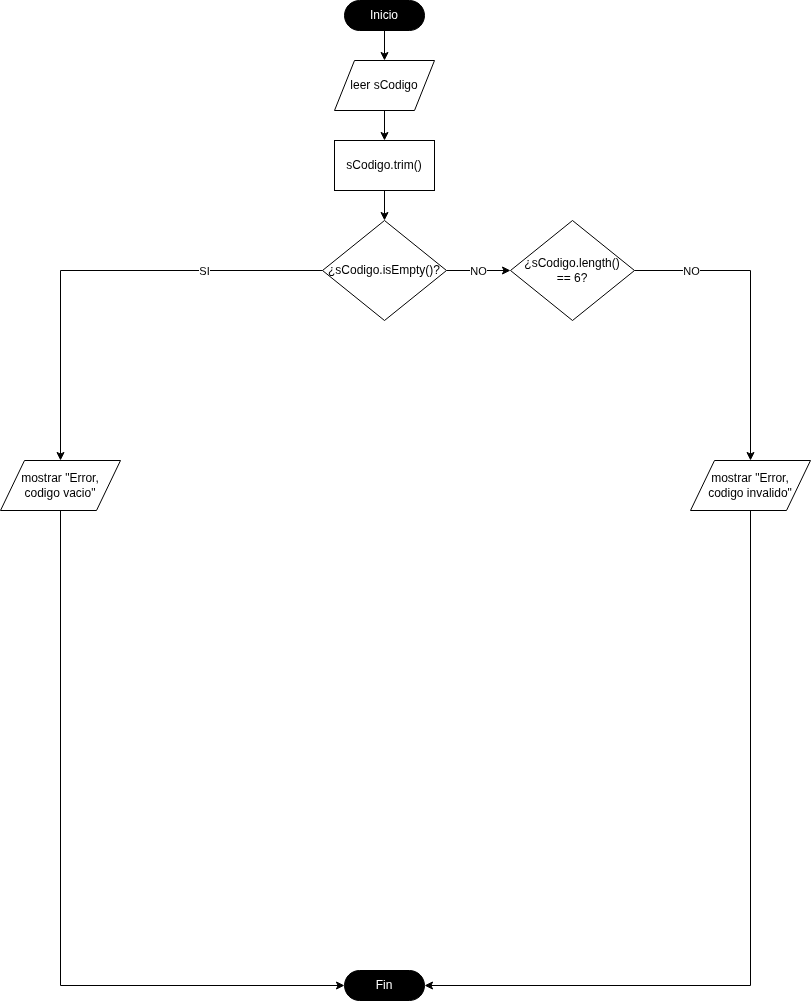
The draw.io diagram unidad-05/tarea-1-evaluable/diagramas/ejercicio-3.drawio.png in pearce5000/dam-ets, before a commit. Source tidied: cells renumbered, new cells last; positions are measured from the earlier drawing's top-left corner, leaving out a move shared by most shapes. The source it was exported from:
```xml
<mxGraphModel>
  <root>
    <mxCell id="0" />
    <mxCell id="1" parent="0" />
    <mxCell id="2" style="edgeStyle=orthogonalEdgeStyle;rounded=0;jettySize=auto;html=1;entryX=0.5;entryY=0;entryDx=0;entryDy=0;" parent="1" edge="1" source="3" target="6">
      <mxGeometry relative="1" as="geometry" />
    </mxCell>
    <mxCell id="3" value="Inicio" style="html=1;dashed=0;whiteSpace=wrap;shape=mxgraph.dfd.start;fontColor=#FFFFFF;fillColor=#000000;" parent="1" vertex="1">
      <mxGeometry x="344" width="80" height="30" as="geometry" />
    </mxCell>
    <mxCell id="4" value="Fin" style="html=1;dashed=0;whiteSpace=wrap;shape=mxgraph.dfd.start;fontColor=#FFFFFF;fillColor=#000000;" parent="1" vertex="1">
      <mxGeometry x="344" y="970" width="80" height="30" as="geometry" />
    </mxCell>
    <mxCell id="5" style="edgeStyle=orthogonalEdgeStyle;rounded=0;jettySize=auto;html=1;entryX=0.5;entryY=0;entryDx=0;entryDy=0;" parent="1" edge="1" source="6" target="8">
      <mxGeometry relative="1" as="geometry" />
    </mxCell>
    <mxCell id="6" value="leer sCodigo" style="shape=parallelogram;perimeter=parallelogramPerimeter;whiteSpace=wrap;html=1;dashed=0;" parent="1" vertex="1">
      <mxGeometry x="334" y="60" width="100" height="50" as="geometry" />
    </mxCell>
    <mxCell id="7" style="edgeStyle=orthogonalEdgeStyle;rounded=0;jettySize=auto;html=1;entryX=0.5;entryY=0;entryDx=0;entryDy=0;" parent="1" edge="1" source="8" target="13">
      <mxGeometry relative="1" as="geometry" />
    </mxCell>
    <mxCell id="8" value="sCodigo.trim()" style="html=1;dashed=0;whiteSpace=wrap;" parent="1" vertex="1">
      <mxGeometry x="334" y="140" width="100" height="50" as="geometry" />
    </mxCell>
    <mxCell id="9" style="edgeStyle=orthogonalEdgeStyle;rounded=0;jettySize=auto;html=1;entryX=0.5;entryY=0;entryDx=0;entryDy=0;" parent="1" edge="1" source="13" target="14">
      <mxGeometry relative="1" as="geometry" />
    </mxCell>
    <mxCell id="10" value="SI" style="edgeLabel;html=1;align=center;verticalAlign=middle;" parent="9" vertex="1">
      <mxGeometry x="-0.47" y="-4" relative="1" as="geometry">
        <mxPoint y="4" as="offset" />
      </mxGeometry>
    </mxCell>
    <mxCell id="11" style="edgeStyle=orthogonalEdgeStyle;rounded=0;jettySize=auto;html=1;entryX=0;entryY=0.5;entryDx=0;entryDy=0;" parent="1" edge="1" source="13" target="18">
      <mxGeometry relative="1" as="geometry" />
    </mxCell>
    <mxCell id="12" value="NO" style="edgeLabel;html=1;align=center;verticalAlign=middle;" parent="11" vertex="1">
      <mxGeometry x="-0.03" y="-1" relative="1" as="geometry">
        <mxPoint y="-1" as="offset" />
      </mxGeometry>
    </mxCell>
    <mxCell id="13" value="¿sCodigo.isEmpty()?" style="rhombus;whiteSpace=wrap;html=1;" parent="1" vertex="1">
      <mxGeometry x="322" y="220" width="124" height="100" as="geometry" />
    </mxCell>
    <mxCell id="14" value="mostrar &quot;Error, &lt;br&gt;codigo vacio&quot;" style="shape=parallelogram;perimeter=parallelogramPerimeter;whiteSpace=wrap;html=1;dashed=0;" parent="1" vertex="1">
      <mxGeometry y="460" width="120" height="50" as="geometry" />
    </mxCell>
    <mxCell id="15" style="edgeStyle=orthogonalEdgeStyle;rounded=0;jettySize=auto;html=1;entryX=0;entryY=0.5;entryDx=0;entryDy=0;entryPerimeter=0;exitX=0.5;exitY=1;exitDx=0;exitDy=0;" parent="1" edge="1" source="14" target="4">
      <mxGeometry relative="1" as="geometry" />
    </mxCell>
    <mxCell id="16" style="edgeStyle=orthogonalEdgeStyle;rounded=0;jettySize=auto;html=1;entryX=0.5;entryY=0;entryDx=0;entryDy=0;" parent="1" edge="1" source="18" target="19">
      <mxGeometry relative="1" as="geometry" />
    </mxCell>
    <mxCell id="17" value="NO" style="edgeLabel;html=1;align=center;verticalAlign=middle;" parent="16" vertex="1">
      <mxGeometry x="-0.65" y="2" relative="1" as="geometry">
        <mxPoint x="3" y="2" as="offset" />
      </mxGeometry>
    </mxCell>
    <mxCell id="18" value="¿sCodigo.length()&lt;br&gt;== 6?" style="rhombus;whiteSpace=wrap;html=1;" parent="1" vertex="1">
      <mxGeometry x="510" y="220" width="124" height="100" as="geometry" />
    </mxCell>
    <mxCell id="19" value="mostrar &quot;Error, &lt;br&gt;codigo invalido&quot;" style="shape=parallelogram;perimeter=parallelogramPerimeter;whiteSpace=wrap;html=1;dashed=0;" parent="1" vertex="1">
      <mxGeometry x="690" y="460" width="120" height="50" as="geometry" />
    </mxCell>
    <mxCell id="20" style="edgeStyle=orthogonalEdgeStyle;rounded=0;jettySize=auto;html=1;entryX=1;entryY=0.5;entryDx=0;entryDy=0;entryPerimeter=0;exitX=0.5;exitY=1;exitDx=0;exitDy=0;" parent="1" edge="1" source="19" target="4">
      <mxGeometry relative="1" as="geometry" />
    </mxCell>
  </root>
</mxGraphModel>
```
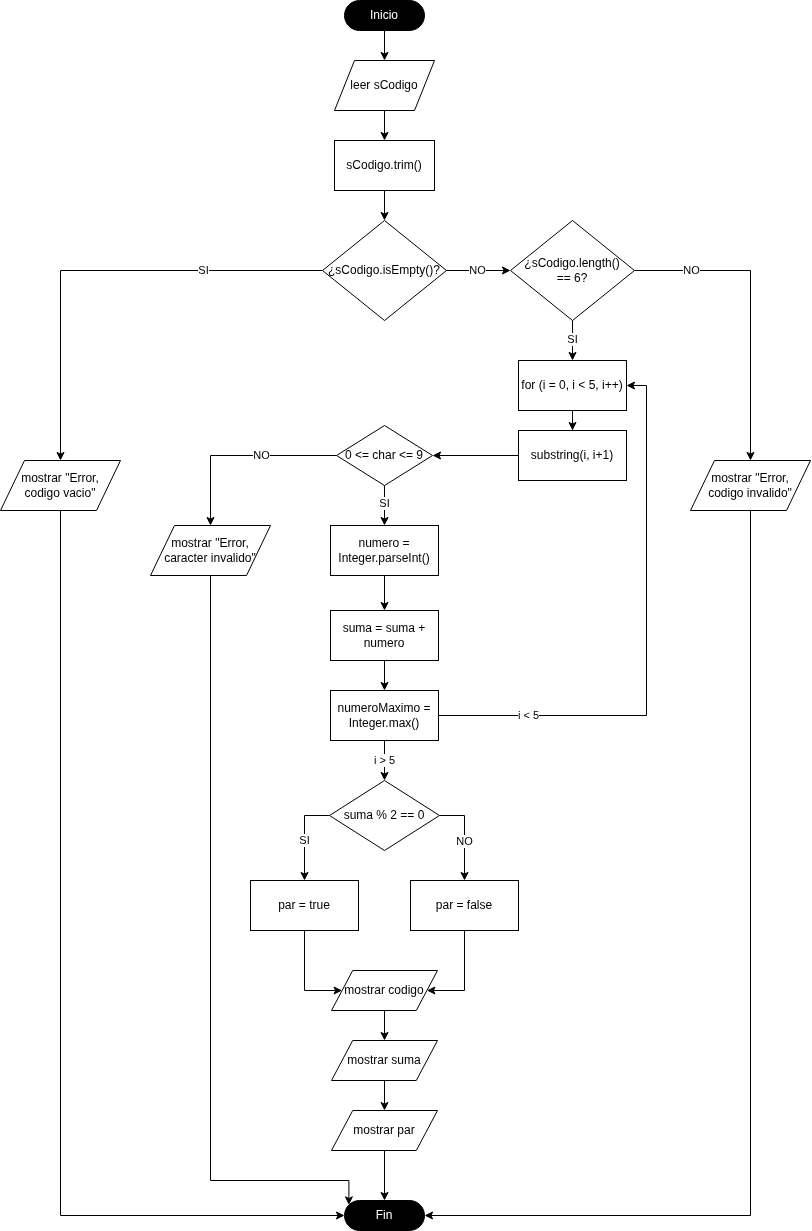
The same diagram one commit later.

Commit message:
Se ha realizado el diagrama 3

Change to the diagram source:
```diff
@@ -9,7 +9,7 @@
       <mxGeometry x="344" width="80" height="30" as="geometry" />
     </mxCell>
     <mxCell id="4" value="Fin" style="html=1;dashed=0;whiteSpace=wrap;shape=mxgraph.dfd.start;fontColor=#FFFFFF;fillColor=#000000;" parent="1" vertex="1">
-      <mxGeometry x="344" y="970" width="80" height="30" as="geometry" />
+      <mxGeometry x="344" y="1200" width="80" height="30" as="geometry" />
     </mxCell>
     <mxCell id="5" style="edgeStyle=orthogonalEdgeStyle;rounded=0;jettySize=auto;html=1;entryX=0.5;entryY=0;entryDx=0;entryDy=0;" parent="1" edge="1" source="6" target="8">
       <mxGeometry relative="1" as="geometry" />
@@ -56,6 +56,14 @@
         <mxPoint x="3" y="2" as="offset" />
       </mxGeometry>
     </mxCell>
+    <mxCell id="21" style="edgeStyle=orthogonalEdgeStyle;rounded=0;jettySize=auto;html=1;entryX=0.5;entryY=0;entryDx=0;entryDy=0;" parent="1" edge="1" source="18" target="24">
+      <mxGeometry relative="1" as="geometry" />
+    </mxCell>
+    <mxCell id="22" value="SI" style="edgeLabel;html=1;align=center;verticalAlign=middle;" parent="21" vertex="1">
+      <mxGeometry x="-0.1" y="-4" relative="1" as="geometry">
+        <mxPoint x="4" as="offset" />
+      </mxGeometry>
+    </mxCell>
     <mxCell id="18" value="¿sCodigo.length()&lt;br&gt;== 6?" style="rhombus;whiteSpace=wrap;html=1;" parent="1" vertex="1">
       <mxGeometry x="510" y="220" width="124" height="100" as="geometry" />
     </mxCell>
@@ -65,5 +73,135 @@
     <mxCell id="20" style="edgeStyle=orthogonalEdgeStyle;rounded=0;jettySize=auto;html=1;entryX=1;entryY=0.5;entryDx=0;entryDy=0;entryPerimeter=0;exitX=0.5;exitY=1;exitDx=0;exitDy=0;" parent="1" edge="1" source="19" target="4">
       <mxGeometry relative="1" as="geometry" />
     </mxCell>
+    <mxCell id="23" style="edgeStyle=orthogonalEdgeStyle;rounded=0;jettySize=auto;html=1;entryX=0.5;entryY=0;entryDx=0;entryDy=0;" parent="1" edge="1" source="24" target="26">
+      <mxGeometry relative="1" as="geometry" />
+    </mxCell>
+    <mxCell id="24" value="for (i = 0, i &amp;lt; 5, i++)" style="html=1;dashed=0;whiteSpace=wrap;" parent="1" vertex="1">
+      <mxGeometry x="518" y="360" width="108" height="50" as="geometry" />
+    </mxCell>
+    <mxCell id="25" style="edgeStyle=orthogonalEdgeStyle;rounded=0;jettySize=auto;html=1;entryX=1;entryY=0.5;entryDx=0;entryDy=0;" parent="1" edge="1" source="26" target="31">
+      <mxGeometry relative="1" as="geometry" />
+    </mxCell>
+    <mxCell id="26" value="substring(i, i+1)" style="html=1;dashed=0;whiteSpace=wrap;" parent="1" vertex="1">
+      <mxGeometry x="518" y="430" width="108" height="50" as="geometry" />
+    </mxCell>
+    <mxCell id="27" style="edgeStyle=orthogonalEdgeStyle;rounded=0;jettySize=auto;html=1;entryX=0.5;entryY=0;entryDx=0;entryDy=0;" parent="1" edge="1" source="31" target="32">
+      <mxGeometry relative="1" as="geometry" />
+    </mxCell>
+    <mxCell id="28" value="NO" style="edgeLabel;html=1;align=center;verticalAlign=middle;" parent="27" vertex="1">
+      <mxGeometry x="-0.3" relative="1" as="geometry">
+        <mxPoint x="-6" as="offset" />
+      </mxGeometry>
+    </mxCell>
+    <mxCell id="29" style="edgeStyle=orthogonalEdgeStyle;rounded=0;jettySize=auto;html=1;entryX=0.5;entryY=0;entryDx=0;entryDy=0;" parent="1" edge="1" source="31" target="35">
+      <mxGeometry relative="1" as="geometry" />
+    </mxCell>
+    <mxCell id="30" value="SI" style="edgeLabel;html=1;align=center;verticalAlign=middle;" parent="29" vertex="1">
+      <mxGeometry x="-0.14" y="-1" relative="1" as="geometry">
+        <mxPoint x="1" as="offset" />
+      </mxGeometry>
+    </mxCell>
+    <mxCell id="31" value="0 &amp;lt;= char &amp;lt;= 9" style="shape=rhombus;html=1;dashed=0;whiteSpace=wrap;perimeter=rhombusPerimeter;" parent="1" vertex="1">
+      <mxGeometry x="336" y="425" width="96" height="60" as="geometry" />
+    </mxCell>
+    <mxCell id="32" value="mostrar &quot;Error, &lt;br&gt;caracter invalido&quot;" style="shape=parallelogram;perimeter=parallelogramPerimeter;whiteSpace=wrap;html=1;dashed=0;" parent="1" vertex="1">
+      <mxGeometry x="150" y="525" width="120" height="50" as="geometry" />
+    </mxCell>
+    <mxCell id="33" style="edgeStyle=orthogonalEdgeStyle;rounded=0;jettySize=auto;html=1;entryX=0;entryY=0;entryDx=4.395;entryDy=4.395000000000001;entryPerimeter=0;exitX=0.5;exitY=1;exitDx=0;exitDy=0;" parent="1" edge="1" source="32" target="4">
+      <mxGeometry relative="1" as="geometry">
+        <Array as="points">
+          <mxPoint x="210" y="1180" />
+          <mxPoint x="348" y="1180" />
+        </Array>
+      </mxGeometry>
+    </mxCell>
+    <mxCell id="34" style="edgeStyle=orthogonalEdgeStyle;rounded=0;jettySize=auto;html=1;entryX=0.5;entryY=0;entryDx=0;entryDy=0;" parent="1" edge="1" source="35" target="37">
+      <mxGeometry relative="1" as="geometry" />
+    </mxCell>
+    <mxCell id="35" value="numero = Integer.parseInt()" style="html=1;dashed=0;whiteSpace=wrap;" parent="1" vertex="1">
+      <mxGeometry x="330" y="525" width="108" height="50" as="geometry" />
+    </mxCell>
+    <mxCell id="36" style="edgeStyle=orthogonalEdgeStyle;rounded=0;jettySize=auto;html=1;entryX=0.5;entryY=0;entryDx=0;entryDy=0;" parent="1" edge="1" source="37" target="40">
+      <mxGeometry relative="1" as="geometry" />
+    </mxCell>
+    <mxCell id="37" value="suma = suma + numero" style="html=1;dashed=0;whiteSpace=wrap;" parent="1" vertex="1">
+      <mxGeometry x="330" y="610" width="108" height="50" as="geometry" />
+    </mxCell>
+    <mxCell id="38" style="edgeStyle=orthogonalEdgeStyle;rounded=0;jettySize=auto;html=1;entryX=1;entryY=0.5;entryDx=0;entryDy=0;" parent="1" edge="1" source="40" target="24">
+      <mxGeometry relative="1" as="geometry" />
+    </mxCell>
+    <mxCell id="39" value="i &amp;lt; 5" style="edgeLabel;html=1;align=center;verticalAlign=middle;" parent="38" vertex="1">
+      <mxGeometry x="-0.68" y="3" relative="1" as="geometry">
+        <mxPoint y="3" as="offset" />
+      </mxGeometry>
+    </mxCell>
+    <mxCell id="40" value="numeroMaximo = Integer.max()" style="html=1;dashed=0;whiteSpace=wrap;" parent="1" vertex="1">
+      <mxGeometry x="330" y="690" width="108" height="50" as="geometry" />
+    </mxCell>
+    <mxCell id="41" style="edgeStyle=orthogonalEdgeStyle;rounded=0;jettySize=auto;html=1;entryX=0.5;entryY=0;entryDx=0;entryDy=0;" parent="1" edge="1" source="40" target="47">
+      <mxGeometry relative="1" as="geometry" />
+    </mxCell>
+    <mxCell id="42" value="i &amp;gt; 5" style="edgeLabel;html=1;align=center;verticalAlign=middle;" parent="41" vertex="1">
+      <mxGeometry x="-0.81" y="-3" relative="1" as="geometry">
+        <mxPoint x="3" y="15" as="offset" />
+      </mxGeometry>
+    </mxCell>
+    <mxCell id="43" style="edgeStyle=orthogonalEdgeStyle;rounded=0;jettySize=auto;html=1;entryX=0.5;entryY=0;entryDx=0;entryDy=0;exitX=1;exitY=0.5;exitDx=0;exitDy=0;" parent="1" edge="1" source="47" target="51">
+      <mxGeometry relative="1" as="geometry" />
+    </mxCell>
+    <mxCell id="44" value="NO" style="edgeLabel;html=1;align=center;verticalAlign=middle;" parent="43" vertex="1">
+      <mxGeometry x="-0.03" y="-2" relative="1" as="geometry">
+        <mxPoint x="2" y="6" as="offset" />
+      </mxGeometry>
+    </mxCell>
+    <mxCell id="45" style="edgeStyle=orthogonalEdgeStyle;rounded=0;jettySize=auto;html=1;entryX=0.5;entryY=0;entryDx=0;entryDy=0;exitX=0;exitY=0.5;exitDx=0;exitDy=0;" parent="1" edge="1" source="47" target="49">
+      <mxGeometry relative="1" as="geometry" />
+    </mxCell>
+    <mxCell id="46" value="SI" style="edgeLabel;html=1;align=center;verticalAlign=middle;" parent="45" vertex="1">
+      <mxGeometry x="0.09" y="-1" relative="1" as="geometry">
+        <mxPoint x="1" as="offset" />
+      </mxGeometry>
+    </mxCell>
+    <mxCell id="47" value="suma % 2 == 0" style="shape=rhombus;html=1;dashed=0;whiteSpace=wrap;perimeter=rhombusPerimeter;" parent="1" vertex="1">
+      <mxGeometry x="329" y="780" width="110" height="70" as="geometry" />
+    </mxCell>
+    <mxCell id="48" style="edgeStyle=orthogonalEdgeStyle;rounded=0;jettySize=auto;html=1;entryX=0;entryY=0.5;entryDx=0;entryDy=0;" parent="1" edge="1" source="49" target="53">
+      <mxGeometry relative="1" as="geometry">
+        <Array as="points">
+          <mxPoint x="304" y="990" />
+        </Array>
+      </mxGeometry>
+    </mxCell>
+    <mxCell id="49" value="par = true" style="html=1;dashed=0;whiteSpace=wrap;" parent="1" vertex="1">
+      <mxGeometry x="250" y="880" width="108" height="50" as="geometry" />
+    </mxCell>
+    <mxCell id="50" style="edgeStyle=orthogonalEdgeStyle;rounded=0;jettySize=auto;html=1;entryX=1;entryY=0.5;entryDx=0;entryDy=0;" parent="1" edge="1" source="51" target="53">
+      <mxGeometry relative="1" as="geometry">
+        <Array as="points">
+          <mxPoint x="464" y="990" />
+        </Array>
+      </mxGeometry>
+    </mxCell>
+    <mxCell id="51" value="par = false" style="html=1;dashed=0;whiteSpace=wrap;" parent="1" vertex="1">
+      <mxGeometry x="410" y="880" width="108" height="50" as="geometry" />
+    </mxCell>
+    <mxCell id="52" style="edgeStyle=orthogonalEdgeStyle;rounded=0;jettySize=auto;html=1;entryX=0.5;entryY=0;entryDx=0;entryDy=0;" parent="1" edge="1" source="53" target="55">
+      <mxGeometry relative="1" as="geometry" />
+    </mxCell>
+    <mxCell id="53" value="mostrar codigo" style="shape=parallelogram;perimeter=parallelogramPerimeter;whiteSpace=wrap;html=1;dashed=0;" parent="1" vertex="1">
+      <mxGeometry x="331" y="970" width="106" height="40" as="geometry" />
+    </mxCell>
+    <mxCell id="54" style="edgeStyle=orthogonalEdgeStyle;rounded=0;jettySize=auto;html=1;entryX=0.5;entryY=0;entryDx=0;entryDy=0;" parent="1" edge="1" source="55" target="56">
+      <mxGeometry relative="1" as="geometry" />
+    </mxCell>
+    <mxCell id="55" value="mostrar suma" style="shape=parallelogram;perimeter=parallelogramPerimeter;whiteSpace=wrap;html=1;dashed=0;" parent="1" vertex="1">
+      <mxGeometry x="331" y="1040" width="106" height="40" as="geometry" />
+    </mxCell>
+    <mxCell id="56" value="mostrar par" style="shape=parallelogram;perimeter=parallelogramPerimeter;whiteSpace=wrap;html=1;dashed=0;" parent="1" vertex="1">
+      <mxGeometry x="331" y="1110" width="106" height="40" as="geometry" />
+    </mxCell>
+    <mxCell id="57" style="edgeStyle=orthogonalEdgeStyle;rounded=0;jettySize=auto;html=1;entryX=0.5;entryY=0.5;entryDx=0;entryDy=-15;entryPerimeter=0;" parent="1" edge="1" source="56" target="4">
+      <mxGeometry relative="1" as="geometry" />
+    </mxCell>
   </root>
 </mxGraphModel>
```
